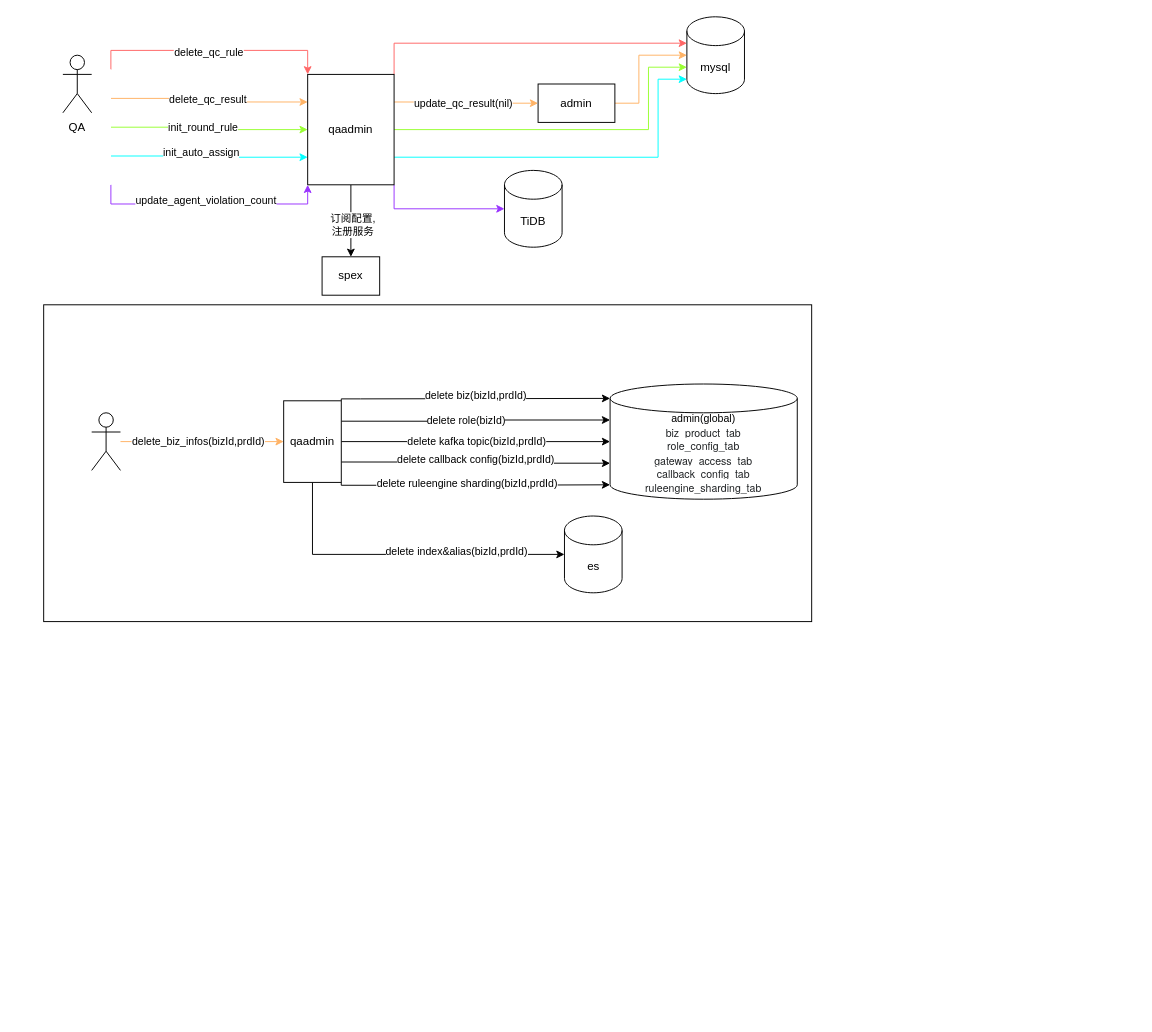
IMSTlsc/gin keeps this draw.io diagram as Untitled Diagram.drawio. Above is the earlier version. Source tidied: cells renumbered, new cells numbered last; positions are measured from the earlier drawing's top-left corner, leaving out a move shared by most shapes. Both pictures are drawn from the tidied source at 96%, with x=0, y=0 at pixel (43, 16).
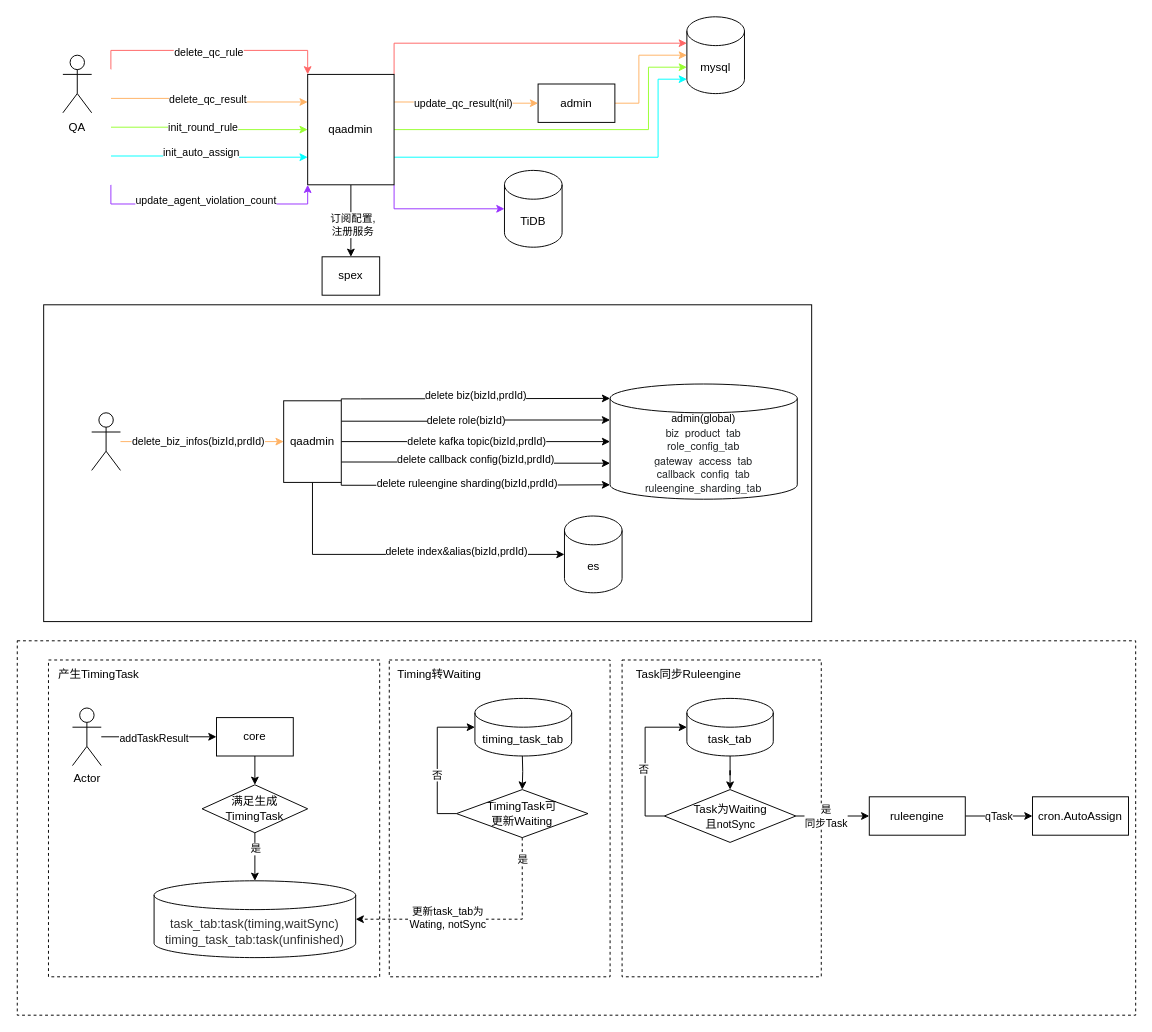
The same page after the edit.

The edit, as a diff of the source:
```diff
@@
+    <mxCell id="47" style="rounded=0;whiteSpace=wrap;html=1;dashed=1;" parent="1" vertex="1">
+      <mxGeometry x="-27.5" y="650" width="1165" height="390" as="geometry" />
+    </mxCell>
+    <mxCell id="48" style="rounded=0;whiteSpace=wrap;html=1;dashed=1;" parent="1" vertex="1">
+      <mxGeometry x="602.5" y="670" width="207.5" height="330" as="geometry" />
+    </mxCell>
+    <mxCell id="49" style="rounded=0;whiteSpace=wrap;html=1;dashed=1;" parent="1" vertex="1">
+      <mxGeometry x="360" y="670" width="230" height="330" as="geometry" />
+    </mxCell>
+    <mxCell id="50" style="rounded=0;whiteSpace=wrap;html=1;dashed=1;" parent="1" vertex="1">
+      <mxGeometry x="5" y="670" width="345" height="330" as="geometry" />
+    </mxCell>
@@
+    <mxCell id="51" style="edgeStyle=orthogonalEdgeStyle;rounded=0;jettySize=auto;html=1;entryX=0;entryY=0.5;entryDx=0;entryDy=0;" parent="1" edge="1" source="53" target="55">
+      <mxGeometry relative="1" as="geometry" />
+    </mxCell>
+    <mxCell id="52" value="addTaskResult" style="edgeLabel;html=1;align=center;verticalAlign=middle;" parent="51" vertex="1">
+      <mxGeometry x="-0.1" y="-1" relative="1" as="geometry" />
+    </mxCell>
+    <mxCell id="53" value="Actor" style="shape=umlActor;verticalLabelPosition=bottom;verticalAlign=top;html=1;outlineConnect=0;direction=east;" parent="1" vertex="1">
+      <mxGeometry x="30" y="720" width="30" height="60" as="geometry" />
+    </mxCell>
+    <mxCell id="54" style="edgeStyle=orthogonalEdgeStyle;rounded=0;jettySize=auto;html=1;exitX=0.5;exitY=1;exitDx=0;exitDy=0;entryX=0.5;entryY=0;entryDx=0;entryDy=0;" parent="1" edge="1" source="55" target="59">
+      <mxGeometry relative="1" as="geometry" />
+    </mxCell>
+    <mxCell id="55" value="core" style="rounded=0;whiteSpace=wrap;html=1;" parent="1" vertex="1">
+      <mxGeometry x="180" y="730" width="80" height="40" as="geometry" />
+    </mxCell>
+    <mxCell id="56" value="&lt;span style=&quot;color: rgb(50 , 50 , 50) ; font-size: 13px ; background-color: rgba(255 , 255 , 255 , 0.01)&quot;&gt;task_tab:task(timing,waitSync)&lt;br&gt;&lt;/span&gt;&lt;span style=&quot;color: rgb(50 , 50 , 50) ; font-size: 13px ; background-color: rgba(255 , 255 , 255 , 0.01)&quot;&gt;timing_task_tab:task(unfinished)&lt;/span&gt;&lt;span style=&quot;color: rgb(50 , 50 , 50) ; font-size: 13px ; background-color: rgba(255 , 255 , 255 , 0.01)&quot;&gt;&lt;br&gt;&lt;/span&gt;" style="shape=cylinder3;whiteSpace=wrap;html=1;boundedLbl=1;backgroundOutline=1;size=15;" parent="1" vertex="1">
+      <mxGeometry x="115" y="900" width="210" height="80" as="geometry" />
+    </mxCell>
+    <mxCell id="57" style="edgeStyle=orthogonalEdgeStyle;rounded=0;jettySize=auto;html=1;entryX=0.5;entryY=0;entryDx=0;entryDy=0;entryPerimeter=0;" parent="1" edge="1" source="59" target="56">
+      <mxGeometry relative="1" as="geometry" />
+    </mxCell>
+    <mxCell id="58" value="是" style="edgeLabel;html=1;align=center;verticalAlign=middle;" parent="57" vertex="1">
+      <mxGeometry x="-0.36" y="4" relative="1" as="geometry">
+        <mxPoint x="-4" as="offset" />
+      </mxGeometry>
+    </mxCell>
+    <mxCell id="59" value="满足生成TimingTask" style="rhombus;whiteSpace=wrap;html=1;" parent="1" vertex="1">
+      <mxGeometry x="165" y="800" width="110" height="50" as="geometry" />
+    </mxCell>
+    <mxCell id="60" value="否" style="edgeStyle=orthogonalEdgeStyle;rounded=0;jettySize=auto;html=1;exitX=0;exitY=0.5;exitDx=0;exitDy=0;entryX=0;entryY=0.5;entryDx=0;entryDy=0;entryPerimeter=0;" parent="1" edge="1" source="64" target="66">
+      <mxGeometry x="-0.2" relative="1" as="geometry" />
+    </mxCell>
+    <mxCell id="61" style="edgeStyle=orthogonalEdgeStyle;rounded=0;jettySize=auto;html=1;entryX=1;entryY=0.5;entryDx=0;entryDy=0;entryPerimeter=0;dashed=1;" parent="1" edge="1" source="64" target="56">
+      <mxGeometry relative="1" as="geometry">
+        <Array as="points">
+          <mxPoint x="499" y="940" />
+        </Array>
+      </mxGeometry>
+    </mxCell>
+    <mxCell id="62" value="是" style="edgeLabel;html=1;align=center;verticalAlign=middle;" parent="61" vertex="1">
+      <mxGeometry x="-0.83" y="3" relative="1" as="geometry">
+        <mxPoint x="-3" as="offset" />
+      </mxGeometry>
+    </mxCell>
+    <mxCell id="63" value="更新task_tab为&lt;br&gt;Wating, notSync" style="edgeLabel;html=1;align=center;verticalAlign=middle;" parent="61" vertex="1">
+      <mxGeometry x="0.08" y="-2" relative="1" as="geometry">
+        <mxPoint x="-23" as="offset" />
+      </mxGeometry>
+    </mxCell>
+    <mxCell id="64" value="TimingTask可&lt;br&gt;更新Waiting" style="rhombus;whiteSpace=wrap;html=1;" parent="1" vertex="1">
+      <mxGeometry x="430" y="805" width="137" height="50" as="geometry" />
+    </mxCell>
+    <mxCell id="65" style="edgeStyle=orthogonalEdgeStyle;rounded=0;jettySize=auto;html=1;entryX=0.5;entryY=0;entryDx=0;entryDy=0;" parent="1" edge="1" target="64">
+      <mxGeometry relative="1" as="geometry">
+        <mxPoint x="498.5" y="765" as="sourcePoint" />
+      </mxGeometry>
+    </mxCell>
+    <mxCell id="66" value="&lt;span&gt;timing_task_tab&lt;/span&gt;" style="shape=cylinder3;whiteSpace=wrap;html=1;boundedLbl=1;backgroundOutline=1;size=15;" parent="1" vertex="1">
+      <mxGeometry x="449.2" y="710" width="100.8" height="60" as="geometry" />
+    </mxCell>
+    <mxCell id="67" style="edgeStyle=orthogonalEdgeStyle;rounded=0;jettySize=auto;html=1;entryX=0.5;entryY=0;entryDx=0;entryDy=0;" parent="1" edge="1" source="68" target="73">
+      <mxGeometry relative="1" as="geometry" />
+    </mxCell>
+    <mxCell id="68" value="task_tab" style="shape=cylinder3;whiteSpace=wrap;html=1;boundedLbl=1;backgroundOutline=1;size=15;" parent="1" vertex="1">
+      <mxGeometry x="670" y="710" width="90" height="60" as="geometry" />
+    </mxCell>
+    <mxCell id="69" style="edgeStyle=orthogonalEdgeStyle;rounded=0;jettySize=auto;html=1;exitX=0;exitY=0.5;exitDx=0;exitDy=0;entryX=0;entryY=0.5;entryDx=0;entryDy=0;entryPerimeter=0;" parent="1" edge="1" source="73" target="68">
+      <mxGeometry relative="1" as="geometry" />
+    </mxCell>
+    <mxCell id="70" value="否" style="edgeLabel;html=1;align=center;verticalAlign=middle;" parent="69" vertex="1">
+      <mxGeometry x="-0.11" y="2" relative="1" as="geometry" />
+    </mxCell>
+    <mxCell id="71" style="edgeStyle=orthogonalEdgeStyle;rounded=0;jettySize=auto;html=1;entryX=0;entryY=0.5;entryDx=0;entryDy=0;" parent="1" edge="1" source="73" target="75">
+      <mxGeometry relative="1" as="geometry" />
+    </mxCell>
+    <mxCell id="72" value="是&lt;br&gt;同步Task" style="edgeLabel;html=1;align=center;verticalAlign=middle;" parent="71" vertex="1">
+      <mxGeometry x="0.18" y="-1" relative="1" as="geometry">
+        <mxPoint x="-14" y="-1" as="offset" />
+      </mxGeometry>
+    </mxCell>
+    <mxCell id="73" value="Task为Waiting&lt;br&gt;且&lt;span style=&quot;font-size: 11px ; background-color: rgb(255 , 255 , 255)&quot;&gt;notSync&lt;/span&gt;" style="rhombus;whiteSpace=wrap;html=1;" parent="1" vertex="1">
+      <mxGeometry x="646.5" y="805" width="137" height="55" as="geometry" />
+    </mxCell>
+    <mxCell id="74" value="qTask" style="edgeStyle=orthogonalEdgeStyle;rounded=0;jettySize=auto;html=1;exitX=1;exitY=0.5;exitDx=0;exitDy=0;entryX=0;entryY=0.5;entryDx=0;entryDy=0;" parent="1" edge="1" source="75" target="79">
+      <mxGeometry relative="1" as="geometry" />
+    </mxCell>
+    <mxCell id="75" value="ruleengine" style="rounded=0;whiteSpace=wrap;html=1;" parent="1" vertex="1">
+      <mxGeometry x="860" y="812.5" width="100" height="40" as="geometry" />
+    </mxCell>
+    <mxCell id="76" value="产生TimingTask" style="text;html=1;strokeColor=none;fillColor=none;align=center;verticalAlign=middle;whiteSpace=wrap;rounded=0;dashed=1;" parent="1" vertex="1">
+      <mxGeometry x="5" y="670" width="105" height="30" as="geometry" />
+    </mxCell>
+    <mxCell id="77" value="Timing转Waiting" style="text;html=1;strokeColor=none;fillColor=none;align=center;verticalAlign=middle;whiteSpace=wrap;rounded=0;dashed=1;" parent="1" vertex="1">
+      <mxGeometry x="360" y="670" width="105" height="30" as="geometry" />
+    </mxCell>
+    <mxCell id="78" value="Task同步Ruleengine" style="text;html=1;strokeColor=none;fillColor=none;align=center;verticalAlign=middle;whiteSpace=wrap;rounded=0;dashed=1;" parent="1" vertex="1">
+      <mxGeometry x="602.5" y="670" width="137.5" height="30" as="geometry" />
+    </mxCell>
+    <mxCell id="79" value="cron.AutoAssign" style="rounded=0;whiteSpace=wrap;html=1;" parent="1" vertex="1">
+      <mxGeometry x="1030" y="812.5" width="100" height="40" as="geometry" />
+    </mxCell>
```
